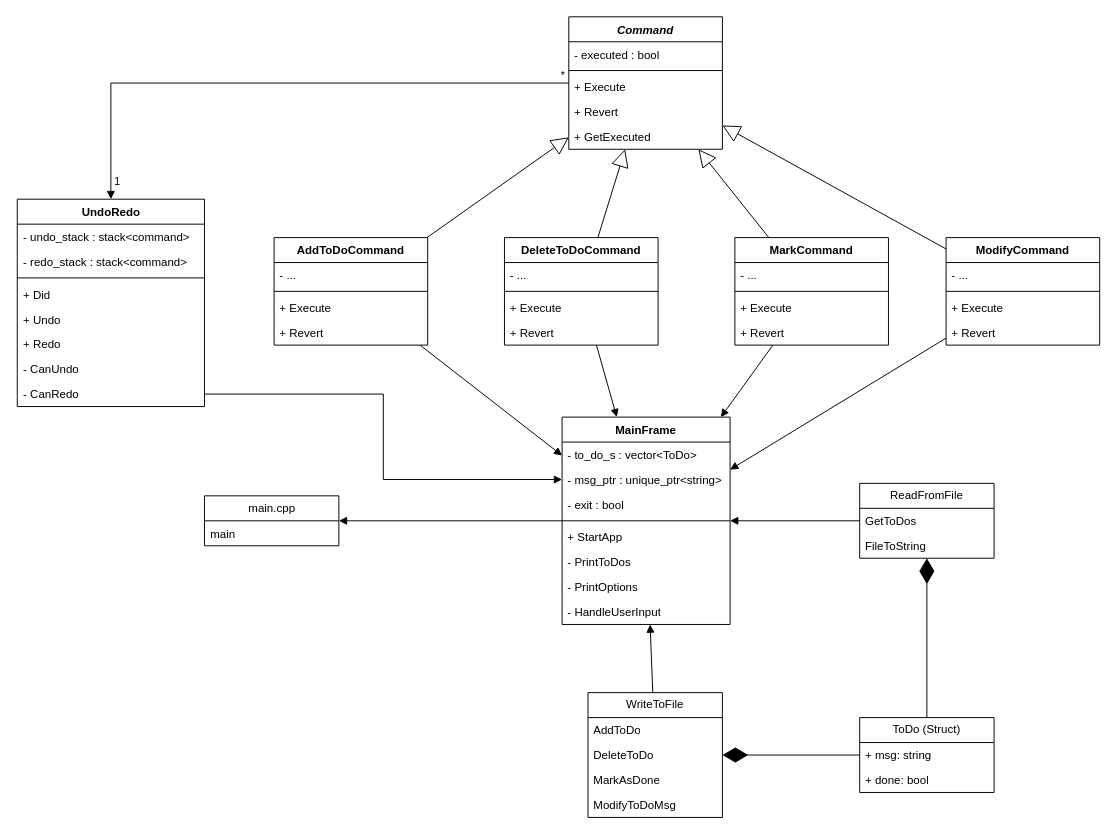
EvatsugDnalloR/ToDoListConsoleApplication keeps this draw.io diagram as page "Class Diagram" (3 of 3) of uml_diagrams/ToDoListConsoleApplication.drawio. Above is the earlier version. Source tidied: cells renumbered, new cells numbered last; positions are measured from the earlier drawing's top-left corner, leaving out a move shared by most shapes. Both pictures are drawn from the tidied source at 96%, with x=0, y=0 at pixel (16, 16).
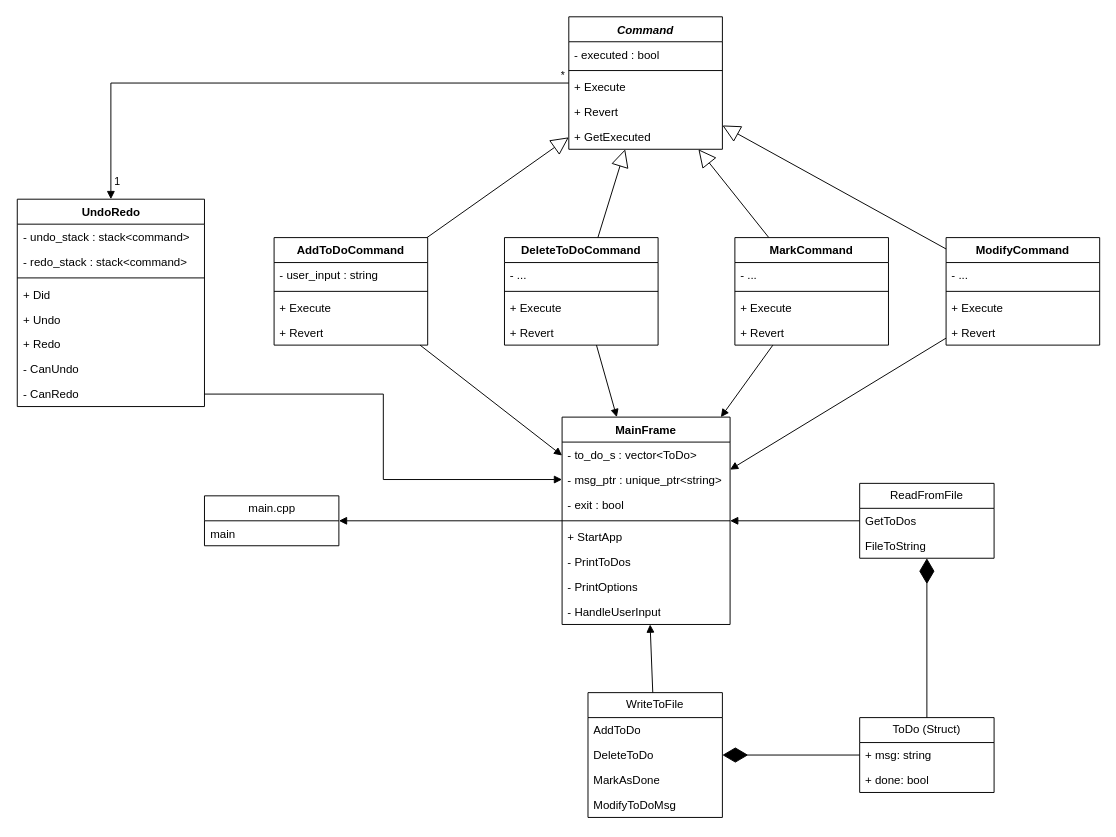
The same diagram, later.

Commit message (it also covers changes not shown here):
updated class diagram

The change refers to these unchanged cells:
```xml
<mxCell id="41" value="AddToDoCommand" style="swimlane;fontStyle=1;align=center;verticalAlign=top;horizontal=1;startSize=26;whiteSpace=wrap;html=1;" parent="1" vertex="1">
  <mxGeometry x="268" y="230" width="160" height="112" as="geometry" />
</mxCell>
```

Diff of the diagram source:
```diff
@@
-    <mxCell id="42" value="- ..." style="text;strokeColor=none;fillColor=none;align=left;verticalAlign=top;spacingLeft=4;spacingRight=4;overflow=hidden;whiteSpace=wrap;html=1;" parent="41" vertex="1">
+    <mxCell id="42" value="- user_input : string" style="text;strokeColor=none;fillColor=none;align=left;verticalAlign=top;spacingLeft=4;spacingRight=4;overflow=hidden;whiteSpace=wrap;html=1;" parent="41" vertex="1">
       <mxGeometry y="26" width="160" height="26" as="geometry" />
     </mxCell>
```
